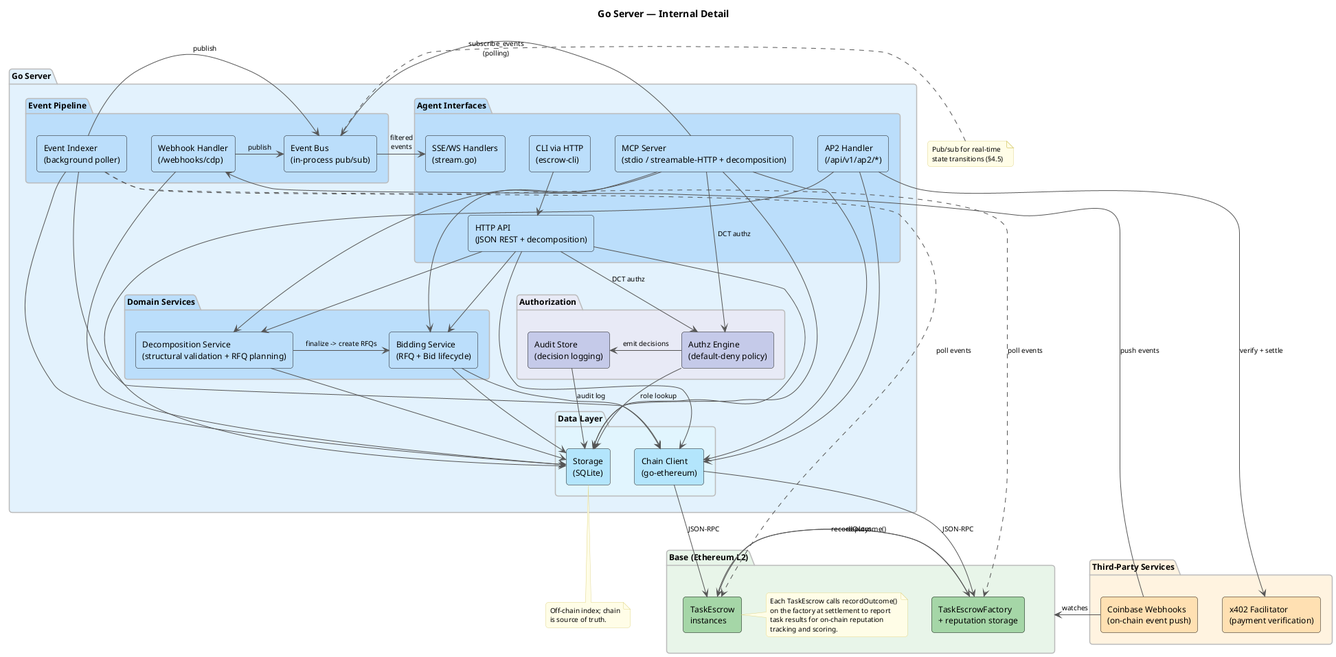
The PlantUML diagram docs/diagrams/architecture-detail.png in eddiefleurent/agent-escrow, before a commit.
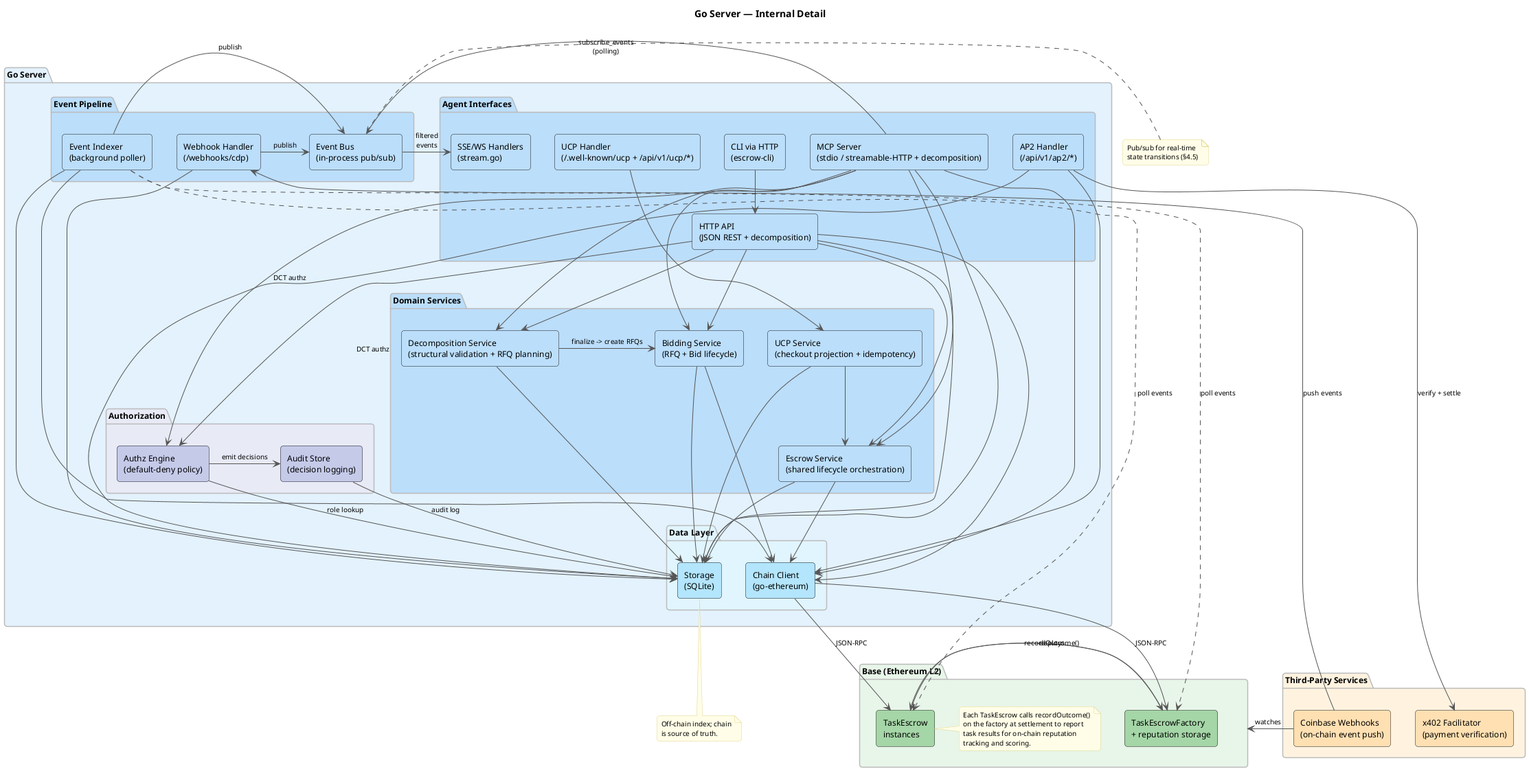
After the change.

What changed in the source:
```diff
@@ -26,11 +26,14 @@
     [HTTP API\n(JSON REST + decomposition)] as http_api #BBDEFB
     [MCP Server\n(stdio / streamable-HTTP + decomposition)] as mcp_server #BBDEFB
     [CLI via HTTP\n(escrow-cli)] as cli_iface #BBDEFB
+    [UCP Handler\n(/.well-known/ucp + /api/v1/ucp/*)] as ucp_handler #BBDEFB
     [AP2 Handler\n(/api/v1/ap2/*)] as ap2 #BBDEFB
     [SSE/WS Handlers\n(stream.go)] as stream_handler #BBDEFB
   }
 
   package "Domain Services" as services #BBDEFB {
+    [Escrow Service\n(shared lifecycle orchestration)] as escrow_service #BBDEFB
+    [UCP Service\n(checkout projection + idempotency)] as ucp_service #BBDEFB
     [Bidding Service\n(RFQ + Bid lifecycle)] as bidding_service #BBDEFB
     [Decomposition Service\n(structural validation + RFQ planning)] as decomposition_service #BBDEFB
   }
@@ -52,19 +55,26 @@
   }
 
   cli_iface -down-> http_api
+  ucp_handler -down-> ucp_service
+  ucp_service -down-> escrow_service
+  ucp_service -down-> storage
   mcp_server -down-> bidding_service
   mcp_server -down-> decomposition_service
+  mcp_server -down-> escrow_service
   mcp_server -down-> chain_client
   mcp_server -down-> storage
   mcp_server -right-> event_bus : subscribe_events\n(polling)
   mcp_server -down-> authz_engine : DCT authz
   http_api -down-> bidding_service
   http_api -down-> decomposition_service
+  http_api -down-> escrow_service
   http_api -down-> chain_client
   http_api -down-> storage
   http_api -down-> authz_engine : DCT authz
   ap2 -down-> chain_client
   ap2 -down-> storage
+  escrow_service -down-> chain_client
+  escrow_service -down-> storage
   bidding_service -down-> chain_client
   bidding_service -down-> storage
   decomposition_service -right-> bidding_service : finalize -> create RFQs
```
